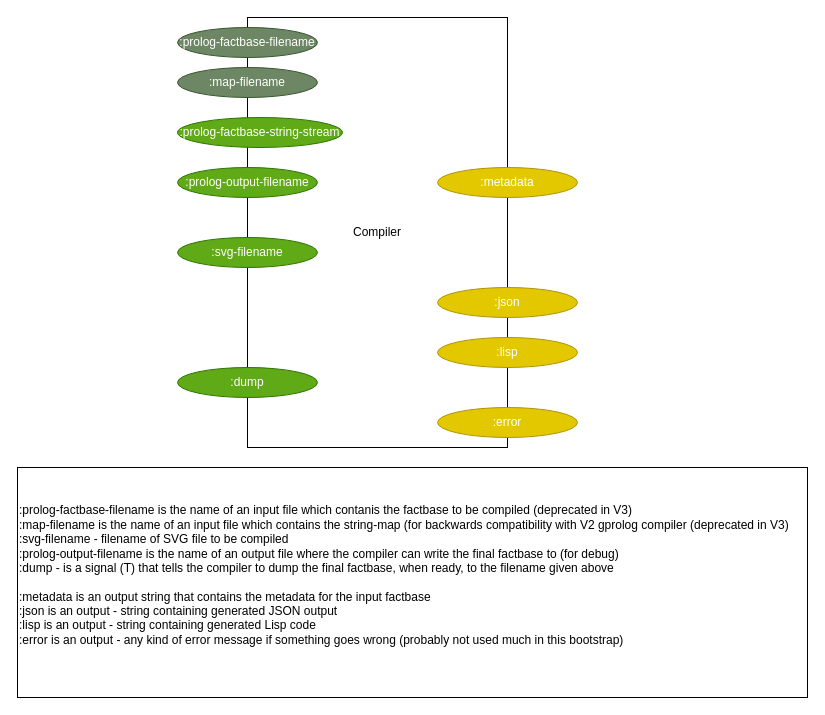
This is page "v3 compiler definiion" (2 of 4) of build_process/cl-build/build.drawio from bmfbp/bmfbp, a draw.io file, before an edit. Source tidied: cells renumbered, new cells numbered last; positions are measured from the earlier drawing's top-left corner, leaving out a move shared by most shapes. Both pictures are drawn from the tidied source at 100%, with x=0, y=0 at pixel (17, 17).
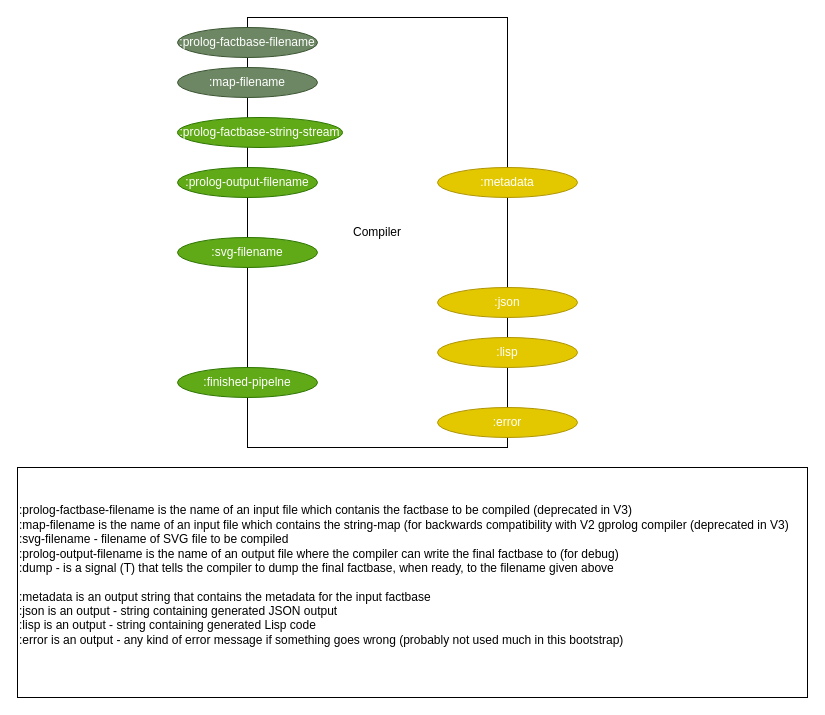
After the change.

Commit message (it also covers changes not shown here):
update: need to send something to :finished-pipeline

What changed in the source:
```diff
@@
 <mxGraphModel>
   <root>
     <mxCell id="0" />
     <mxCell id="1" parent="0" />
     <mxCell id="2" value="&lt;span style=&quot;white-space: nowrap&quot;&gt;:prolog-factbase-filename is the name of an input file which contanis the factbase to be compiled (deprecated in V3)&lt;/span&gt;&lt;br style=&quot;white-space: nowrap&quot;&gt;&lt;div&gt;&lt;span style=&quot;white-space: nowrap&quot;&gt;:map-filename is the name of an input file which contains the string-map (for backwards compatibility with V2 gprolog compiler (deprecated in V3)&lt;/span&gt;&lt;/div&gt;&lt;div&gt;&lt;span style=&quot;white-space: nowrap&quot;&gt;:svg-filename - filename of SVG file to be compiled&lt;/span&gt;&lt;/div&gt;&lt;div&gt;&lt;span style=&quot;white-space: nowrap&quot;&gt;:prolog-output-filename is the name of an output file where the compiler can write the final factbase to (for debug)&lt;/span&gt;&lt;br&gt;&lt;/div&gt;&lt;div&gt;&lt;span style=&quot;white-space: nowrap&quot;&gt;:dump - is a signal (T) that tells the compiler to dump the final factbase, when ready, to the filename given above&lt;/span&gt;&lt;/div&gt;&lt;div&gt;&lt;br&gt;&lt;/div&gt;&lt;div&gt;&lt;span style=&quot;white-space: nowrap&quot;&gt;:metadata is an output string that contains the metadata for the input factbase&lt;/span&gt;&lt;/div&gt;&lt;div&gt;&lt;span style=&quot;white-space: nowrap&quot;&gt;:json is an output - string containing generated JSON output&lt;/span&gt;&lt;/div&gt;&lt;div&gt;&lt;span style=&quot;white-space: nowrap&quot;&gt;:lisp is an output - string containing generated Lisp code&lt;/span&gt;&lt;/div&gt;&lt;div&gt;&lt;span style=&quot;white-space: nowrap&quot;&gt;:error is an output - any kind of error message if something goes wrong (probably not used much in this bootstrap)&lt;/span&gt;&lt;/div&gt;&lt;div&gt;&lt;span style=&quot;white-space: nowrap&quot;&gt;&lt;br&gt;&lt;/span&gt;&lt;/div&gt;" style="text;html=1;strokeColor=#000000;fillColor=none;align=left;verticalAlign=middle;whiteSpace=wrap;rounded=0;" parent="1" vertex="1">
       <mxGeometry y="450" width="790" height="230" as="geometry" />
     </mxCell>
     <mxCell id="3" value="Compiler" style="rounded=0;whiteSpace=wrap;html=1;" parent="1" vertex="1">
       <mxGeometry x="230" width="260" height="430" as="geometry" />
     </mxCell>
     <mxCell id="4" value=":prolog-factbase-filename&lt;br&gt;" style="ellipse;whiteSpace=wrap;html=1;fillColor=#6d8764;strokeColor=#3A5431;fontColor=#ffffff;" parent="1" vertex="1">
       <mxGeometry x="160" y="10" width="140" height="30" as="geometry" />
     </mxCell>
     <mxCell id="5" value=":prolog-output-filename" style="ellipse;whiteSpace=wrap;html=1;fillColor=#60a917;strokeColor=#2D7600;fontColor=#ffffff;" parent="1" vertex="1">
       <mxGeometry x="160" y="150" width="140" height="30" as="geometry" />
     </mxCell>
-    <mxCell id="6" value=":dump" style="ellipse;whiteSpace=wrap;html=1;fillColor=#60a917;strokeColor=#2D7600;fontColor=#ffffff;" parent="1" vertex="1">
+    <mxCell id="6" value=":finished-pipelne" style="ellipse;whiteSpace=wrap;html=1;fillColor=#60a917;strokeColor=#2D7600;fontColor=#ffffff;" parent="1" vertex="1">
       <mxGeometry x="160" y="350" width="140" height="30" as="geometry" />
     </mxCell>
     <mxCell id="7" value=":map-filename" style="ellipse;whiteSpace=wrap;html=1;fillColor=#6d8764;strokeColor=#3A5431;fontColor=#ffffff;" parent="1" vertex="1">
       <mxGeometry x="160" y="50" width="140" height="30" as="geometry" />
     </mxCell>
     <mxCell id="8" value=":prolog-factbase-string-stream" style="ellipse;whiteSpace=wrap;html=1;fillColor=#60a917;strokeColor=#2D7600;fontColor=#ffffff;" parent="1" vertex="1">
       <mxGeometry x="160" y="100" width="165" height="30" as="geometry" />
     </mxCell>
     <mxCell id="9" value=":error" style="ellipse;whiteSpace=wrap;html=1;fillColor=#e3c800;strokeColor=#B09500;fontColor=#ffffff;" parent="1" vertex="1">
       <mxGeometry x="420" y="390" width="140" height="30" as="geometry" />
     </mxCell>
     <mxCell id="10" value=":metadata" style="ellipse;whiteSpace=wrap;html=1;fillColor=#e3c800;strokeColor=#B09500;fontColor=#ffffff;" parent="1" vertex="1">
       <mxGeometry x="420" y="150" width="140" height="30" as="geometry" />
     </mxCell>
     <mxCell id="11" value=":json" style="ellipse;whiteSpace=wrap;html=1;fillColor=#e3c800;strokeColor=#B09500;fontColor=#ffffff;" parent="1" vertex="1">
       <mxGeometry x="420" y="270" width="140" height="30" as="geometry" />
     </mxCell>
     <mxCell id="12" value=":lisp" style="ellipse;whiteSpace=wrap;html=1;fillColor=#e3c800;strokeColor=#B09500;fontColor=#ffffff;" parent="1" vertex="1">
       <mxGeometry x="420" y="320" width="140" height="30" as="geometry" />
     </mxCell>
     <mxCell id="13" value=":svg-filename" style="ellipse;whiteSpace=wrap;html=1;fillColor=#60a917;strokeColor=#2D7600;fontColor=#ffffff;" parent="1" vertex="1">
       <mxGeometry x="160" y="220" width="140" height="30" as="geometry" />
     </mxCell>
   </root>
 </mxGraphModel>
```
